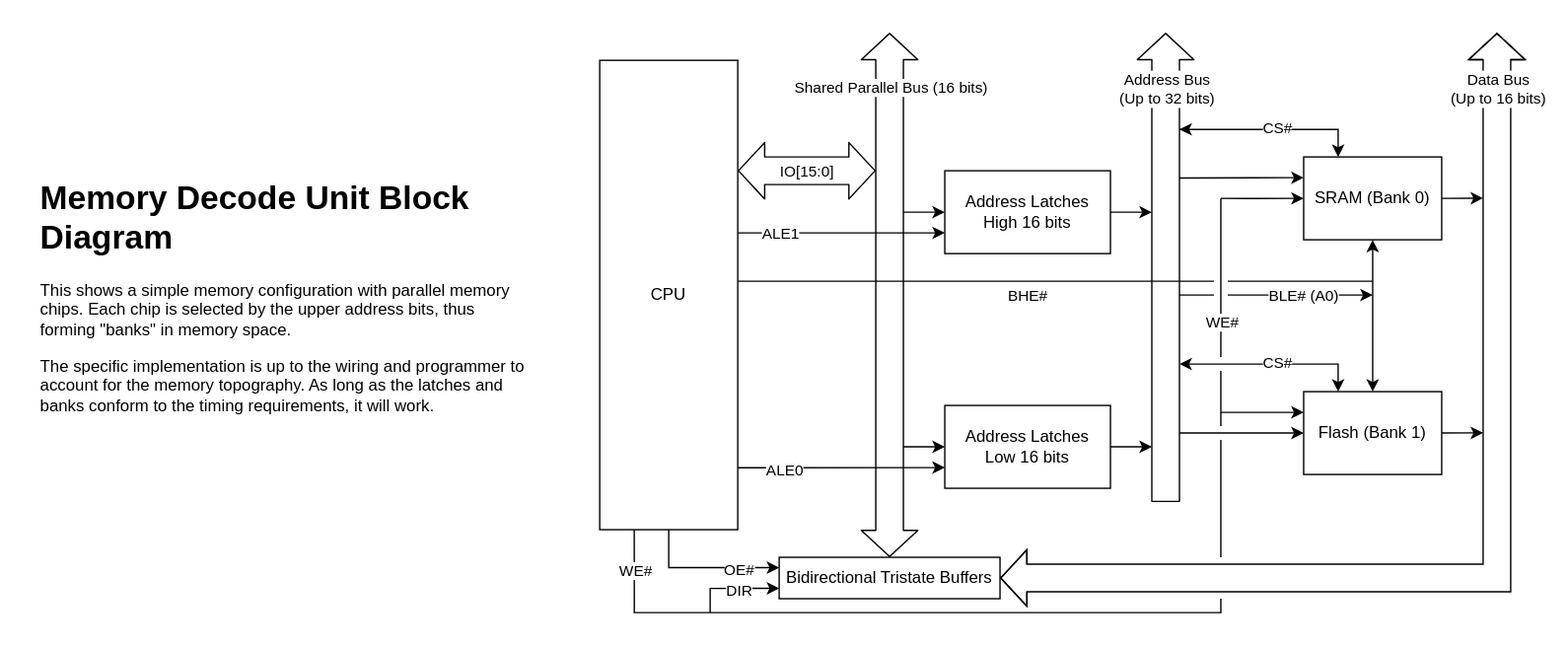
The draw.io diagram docs/images/cpu-block.svg in hsc-latte/hs32core, before a commit. Source tidied: cells renumbered, new cells last; positions are measured from the earlier drawing's top-left corner, leaving out a move shared by most shapes.
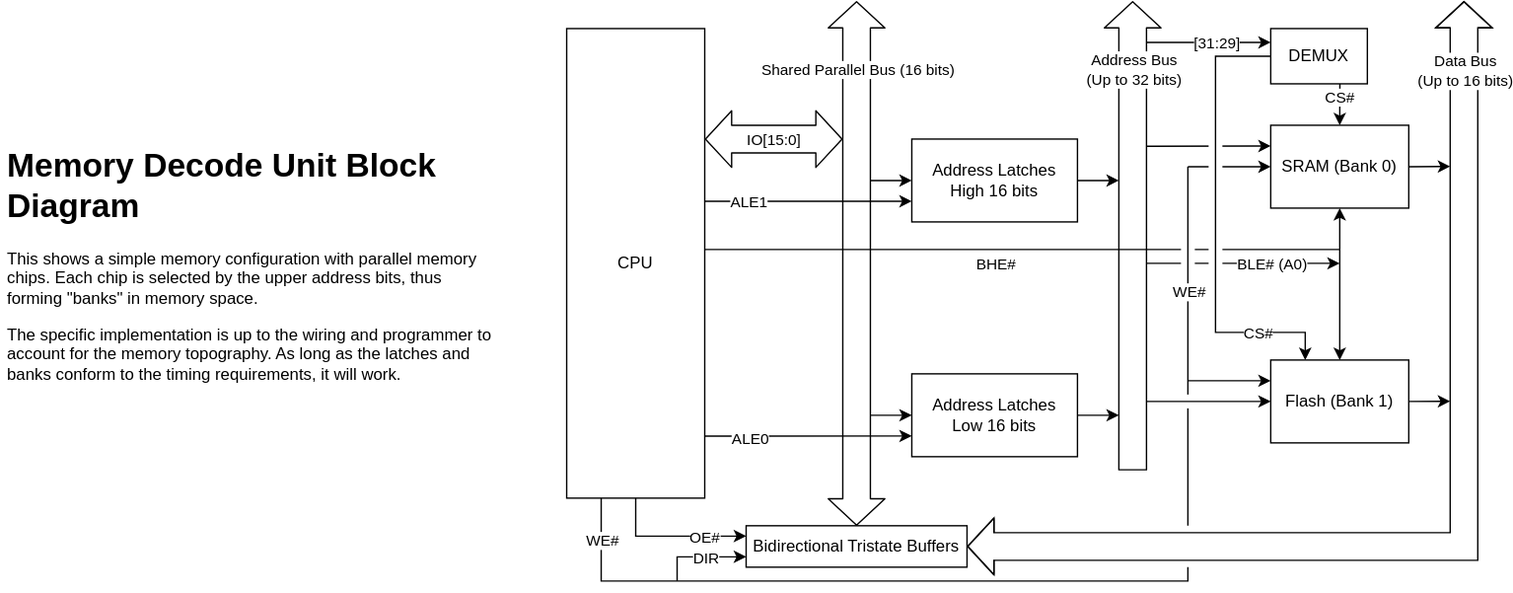
Later version of the same file.

The edit, as a diff of the source:
```diff
@@ -2,6 +2,23 @@
   <root>
     <mxCell id="0" />
     <mxCell id="1" parent="0" />
+    <mxCell id="35" style="edgeStyle=orthogonalEdgeStyle;rounded=0;jettySize=auto;html=1;exitX=0;exitY=0.5;exitDx=0;exitDy=0;startArrow=classic;startFill=1;endArrow=none;endFill=0;strokeWidth=1;" parent="1" edge="1" source="41">
+      <mxGeometry relative="1" as="geometry">
+        <mxPoint x="860" y="120" as="targetPoint" />
+        <Array as="points">
+          <mxPoint x="880" y="120" />
+          <mxPoint x="880" y="120" />
+        </Array>
+      </mxGeometry>
+    </mxCell>
+    <mxCell id="36" style="edgeStyle=none;rounded=0;jettySize=auto;html=1;exitX=0;exitY=0.25;exitDx=0;exitDy=0;startArrow=classic;startFill=1;endArrow=none;endFill=0;strokeWidth=1;" parent="1" edge="1" source="41">
+      <mxGeometry relative="1" as="geometry">
+        <mxPoint x="830" y="105.2" as="targetPoint" />
+      </mxGeometry>
+    </mxCell>
+    <mxCell id="52" style="verticalLabelPosition=bottom;verticalAlign=top;html=1;shape=mxgraph.basic.rect;fillColor2=none;strokeWidth=1;size=20;indent=5;strokeColor=none;" parent="1" vertex="1">
+      <mxGeometry x="875" y="100" width="10" height="25" as="geometry" />
+    </mxCell>
     <mxCell id="2" style="endArrow=classic;html=1;" parent="1" edge="1">
       <mxGeometry relative="1" as="geometry">
         <mxPoint x="830" y="190" as="sourcePoint" />
@@ -13,6 +30,15 @@
         <mxPoint x="26" y="-2" as="offset" />
       </mxGeometry>
     </mxCell>
+    <mxCell id="23" style="edgeStyle=orthogonalEdgeStyle;rounded=0;sketch=0;orthogonalLoop=1;jettySize=auto;html=1;exitX=1;exitY=0.5;exitDx=0;exitDy=0;startArrow=none;startFill=0;endArrow=none;endFill=0;strokeWidth=1;" parent="1" edge="1">
+      <mxGeometry relative="1" as="geometry">
+        <mxPoint x="865" y="180" as="sourcePoint" />
+        <mxPoint x="970" y="180" as="targetPoint" />
+      </mxGeometry>
+    </mxCell>
+    <mxCell id="8" style="verticalLabelPosition=bottom;verticalAlign=top;html=1;shape=mxgraph.basic.rect;fillColor2=none;strokeWidth=1;size=20;indent=5;strokeColor=none;" parent="1" vertex="1">
+      <mxGeometry x="875" y="173" width="10" height="25" as="geometry" />
+    </mxCell>
     <mxCell id="4" style="rounded=0;whiteSpace=wrap;html=1;strokeColor=none;" parent="1" vertex="1">
       <mxGeometry x="855" y="185" width="10" height="10" as="geometry" />
     </mxCell>
@@ -36,9 +62,6 @@
         <mxPoint x="2" y="-73" as="offset" />
       </mxGeometry>
     </mxCell>
-    <mxCell id="8" style="verticalLabelPosition=bottom;verticalAlign=top;html=1;shape=mxgraph.basic.rect;fillColor2=none;strokeWidth=1;size=20;indent=5;strokeColor=none;" parent="1" vertex="1">
-      <mxGeometry x="850" y="235" width="20" height="10" as="geometry" />
-    </mxCell>
     <mxCell id="9" style="verticalLabelPosition=bottom;verticalAlign=top;html=1;shape=mxgraph.basic.rect;fillColor2=none;strokeWidth=1;size=20;indent=5;strokeColor=none;" parent="1" vertex="1">
       <mxGeometry x="850" y="380" width="20" height="30" as="geometry" />
     </mxCell>
@@ -74,7 +97,7 @@
     </mxCell>
     <mxCell id="16" value="Shared Parallel Bus (16 bits)" style="edgeLabel;html=1;align=center;verticalAlign=middle;" parent="15" vertex="1">
       <mxGeometry x="0.5" y="-2" relative="1" as="geometry">
-        <mxPoint x="-2" y="-55.4" as="offset" />
+        <mxPoint x="-2" y="-45.2" as="offset" />
       </mxGeometry>
     </mxCell>
     <mxCell id="17" style="endArrow=classic;startArrow=none;html=1;entryX=0;entryY=0.5;entryDx=0;entryDy=0;startFill=0;" parent="1" edge="1" target="11">
@@ -103,12 +126,6 @@
         <mxPoint x="20.3" y="-1.5" as="offset" />
       </mxGeometry>
     </mxCell>
-    <mxCell id="23" style="edgeStyle=orthogonalEdgeStyle;rounded=0;sketch=0;orthogonalLoop=1;jettySize=auto;html=1;exitX=1;exitY=0.5;exitDx=0;exitDy=0;startArrow=none;startFill=0;endArrow=none;endFill=0;strokeWidth=1;" parent="1" edge="1">
-      <mxGeometry relative="1" as="geometry">
-        <mxPoint x="865" y="180" as="sourcePoint" />
-        <mxPoint x="970" y="180" as="targetPoint" />
-      </mxGeometry>
-    </mxCell>
     <mxCell id="24" value="CPU" style="rounded=0;whiteSpace=wrap;html=1;" parent="1" vertex="1">
       <mxGeometry x="410" y="20" width="100" height="340" as="geometry" />
     </mxCell>
@@ -147,7 +164,7 @@
     </mxCell>
     <mxCell id="32" value="Address Bus&lt;br&gt;(Up to 32 bits)" style="edgeLabel;html=1;align=center;verticalAlign=middle;" parent="31" vertex="1">
       <mxGeometry x="0.44" y="-3" relative="1" as="geometry">
-        <mxPoint x="-3" y="-55.2" as="offset" />
+        <mxPoint x="-3" y="-45.2" as="offset" />
       </mxGeometry>
     </mxCell>
     <mxCell id="33" style="shape=flexArrow;endArrow=classic;startArrow=classic;html=1;strokeWidth=1;width=20;exitX=1;exitY=0.5;exitDx=0;exitDy=0;edgeStyle=orthogonalEdgeStyle;rounded=0;sketch=0;" parent="1" edge="1" source="14">
@@ -161,23 +178,9 @@
     </mxCell>
     <mxCell id="34" value="Data Bus&lt;br&gt;(Up to 16 bits)" style="edgeLabel;html=1;align=center;verticalAlign=middle;" parent="33" vertex="1">
       <mxGeometry x="0.44" y="-3" relative="1" as="geometry">
-        <mxPoint x="-3" y="-171" as="offset" />
+        <mxPoint x="-3" y="-161" as="offset" />
       </mxGeometry>
     </mxCell>
-    <mxCell id="35" style="edgeStyle=orthogonalEdgeStyle;rounded=0;jettySize=auto;html=1;exitX=0;exitY=0.5;exitDx=0;exitDy=0;startArrow=classic;startFill=1;endArrow=none;endFill=0;strokeWidth=1;" parent="1" edge="1" source="41">
-      <mxGeometry relative="1" as="geometry">
-        <mxPoint x="860" y="120" as="targetPoint" />
-        <Array as="points">
-          <mxPoint x="880" y="120" />
-          <mxPoint x="880" y="120" />
-        </Array>
-      </mxGeometry>
-    </mxCell>
-    <mxCell id="36" style="edgeStyle=none;rounded=0;jettySize=auto;html=1;exitX=0;exitY=0.25;exitDx=0;exitDy=0;startArrow=classic;startFill=1;endArrow=none;endFill=0;strokeWidth=1;" parent="1" edge="1" source="41">
-      <mxGeometry relative="1" as="geometry">
-        <mxPoint x="830" y="105.2" as="targetPoint" />
-      </mxGeometry>
-    </mxCell>
     <mxCell id="37" style="edgeStyle=none;rounded=0;jettySize=auto;html=1;exitX=1;exitY=0.5;exitDx=0;exitDy=0;startArrow=none;startFill=0;endArrow=classic;endFill=1;strokeWidth=1;" parent="1" edge="1" source="41">
       <mxGeometry relative="1" as="geometry">
         <mxPoint x="1050" y="119.8" as="targetPoint" />
@@ -186,20 +189,11 @@
     <mxCell id="38" style="edgeStyle=orthogonalEdgeStyle;rounded=0;sketch=0;jettySize=auto;html=1;exitX=0.5;exitY=1;exitDx=0;exitDy=0;entryX=0.5;entryY=0;entryDx=0;entryDy=0;startArrow=classic;startFill=1;endArrow=classic;endFill=1;strokeWidth=1;" parent="1" edge="1" source="41" target="46">
       <mxGeometry relative="1" as="geometry" />
     </mxCell>
-    <mxCell id="39" style="edgeStyle=orthogonalEdgeStyle;rounded=0;sketch=0;jettySize=auto;html=1;exitX=0.25;exitY=0;exitDx=0;exitDy=0;startArrow=classic;startFill=1;endArrow=classic;endFill=1;strokeWidth=1;" parent="1" edge="1" source="41">
-      <mxGeometry relative="1" as="geometry">
-        <mxPoint x="830" y="70" as="targetPoint" />
-        <Array as="points">
-          <mxPoint x="945" y="70" />
-          <mxPoint x="830" y="70" />
-        </Array>
-      </mxGeometry>
-    </mxCell>
-    <mxCell id="40" value="CS#" style="edgeLabel;html=1;align=center;verticalAlign=middle;" parent="39" vertex="1">
-      <mxGeometry x="-0.35" y="-2" relative="1" as="geometry">
-        <mxPoint x="-21" as="offset" />
-      </mxGeometry>
-    </mxCell>
+    <mxCell id="53" value="CS#" style="edgeStyle=orthogonalEdgeStyle;rounded=0;jettySize=auto;html=1;exitX=0.5;exitY=0;exitDx=0;exitDy=0;endArrow=none;endFill=0;startArrow=classic;startFill=1;" parent="1" edge="1" source="41">
+      <mxGeometry x="0.33" relative="1" as="geometry">
+        <mxPoint x="970.1" y="60" as="targetPoint" />
+      </mxGeometry>
+    </mxCell>
     <mxCell id="41" value="SRAM (Bank 0)" style="rounded=0;whiteSpace=wrap;html=1;" parent="1" vertex="1">
       <mxGeometry x="920" y="90" width="100" height="60" as="geometry" />
     </mxCell>
@@ -213,17 +207,20 @@
         <mxPoint x="1050" y="289.8" as="targetPoint" />
       </mxGeometry>
     </mxCell>
-    <mxCell id="44" style="edgeStyle=orthogonalEdgeStyle;rounded=0;sketch=0;jettySize=auto;html=1;exitX=0.25;exitY=0;exitDx=0;exitDy=0;startArrow=classic;startFill=1;endArrow=classic;endFill=1;strokeWidth=1;" parent="1" edge="1" source="46">
-      <mxGeometry relative="1" as="geometry">
-        <mxPoint x="830" y="240" as="targetPoint" />
-        <Array as="points">
-          <mxPoint x="945" y="240" />
-        </Array>
-      </mxGeometry>
-    </mxCell>
-    <mxCell id="45" value="CS#" style="edgeLabel;html=1;align=center;verticalAlign=middle;" parent="44" vertex="1">
-      <mxGeometry x="-0.04" y="-2" relative="1" as="geometry" />
-    </mxCell>
+    <mxCell id="54" style="edgeStyle=orthogonalEdgeStyle;rounded=0;jettySize=auto;html=1;exitX=0.25;exitY=0;exitDx=0;exitDy=0;entryX=0;entryY=0.5;entryDx=0;entryDy=0;endArrow=none;endFill=0;startArrow=classic;startFill=1;" parent="1" edge="1" source="46" target="56">
+      <mxGeometry relative="1" as="geometry">
+        <Array as="points">
+          <mxPoint x="945" y="240" />
+          <mxPoint x="880" y="240" />
+          <mxPoint x="880" y="40" />
+        </Array>
+      </mxGeometry>
+    </mxCell>
+    <mxCell id="55" value="CS#" style="edgeLabel;html=1;align=center;verticalAlign=middle;" parent="54" vertex="1">
+      <mxGeometry x="0.61" y="3" relative="1" as="geometry">
+        <mxPoint x="33" y="176.7" as="offset" />
+      </mxGeometry>
+    </mxCell>
     <mxCell id="46" value="Flash (Bank 1)" style="rounded=0;whiteSpace=wrap;html=1;" parent="1" vertex="1">
       <mxGeometry x="920" y="260" width="100" height="60" as="geometry" />
     </mxCell>
@@ -249,5 +246,21 @@
     <mxCell id="51" value="&lt;h1&gt;Memory Decode Unit Block Diagram&lt;/h1&gt;&lt;p&gt;This shows a simple memory configuration with parallel memory chips. Each chip is selected by the upper address bits, thus forming &quot;banks&quot; in memory space.&lt;/p&gt;&lt;p&gt;The specific implementation is up to the wiring and programmer to account for the memory topography. As long as the latches and banks conform to the timing requirements, it will work.&lt;/p&gt;" style="text;html=1;strokeColor=none;fillColor=none;spacing=5;spacingTop=-20;whiteSpace=wrap;overflow=hidden;rounded=0;" parent="1" vertex="1">
       <mxGeometry y="100" width="360" height="210" as="geometry" />
     </mxCell>
+    <mxCell id="56" value="DEMUX" style="rounded=0;whiteSpace=wrap;html=1;" parent="1" vertex="1">
+      <mxGeometry x="920" y="20" width="70" height="40" as="geometry" />
+    </mxCell>
+    <mxCell id="57" style="endArrow=classic;html=1;entryX=0;entryY=0.25;entryDx=0;entryDy=0;" parent="1" edge="1" target="56">
+      <mxGeometry relative="1" as="geometry">
+        <mxPoint x="830" y="30" as="sourcePoint" />
+        <Array as="points">
+          <mxPoint x="870" y="30" />
+        </Array>
+      </mxGeometry>
+    </mxCell>
+    <mxCell id="58" value="[31:29]" style="edgeLabel;html=1;align=center;verticalAlign=middle;" parent="57" vertex="1">
+      <mxGeometry x="-0.2" y="3" relative="1" as="geometry">
+        <mxPoint x="14.1" y="3" as="offset" />
+      </mxGeometry>
+    </mxCell>
   </root>
 </mxGraphModel>
```
